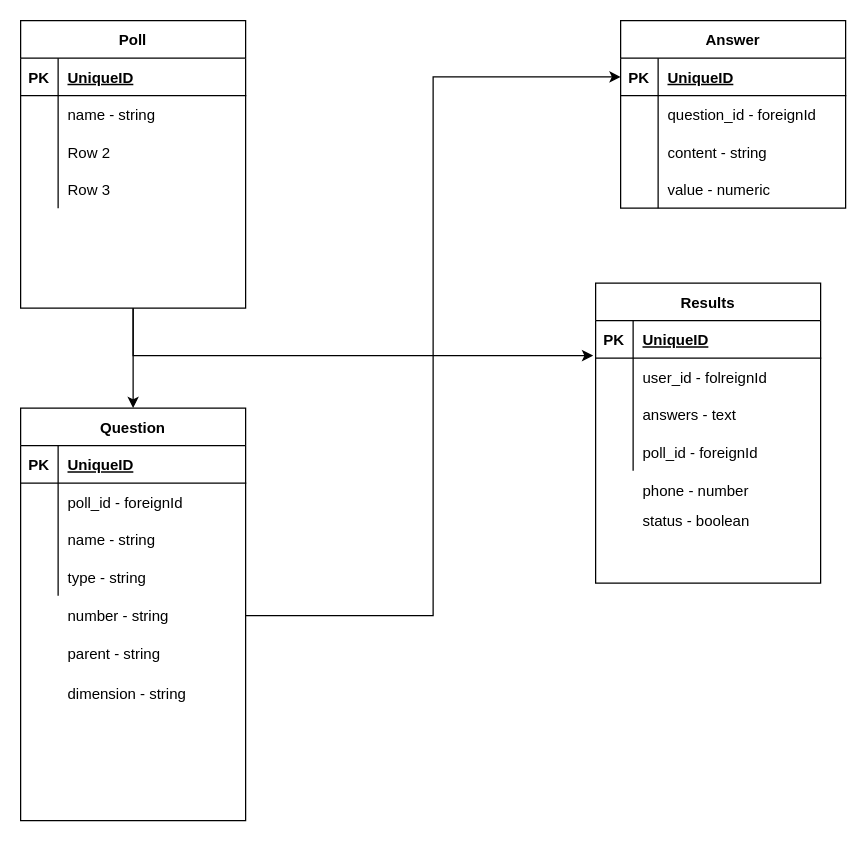
Above: Diagrama sin título.drawio in rodr7go/aprendible-spa (draw.io), before the change. Source tidied: cells renumbered, new cells numbered last; positions are measured from the earlier drawing's top-left corner, leaving out a move shared by most shapes. Both pictures are drawn from the tidied source at 125%, with x=0, y=0 at pixel (20, 20).
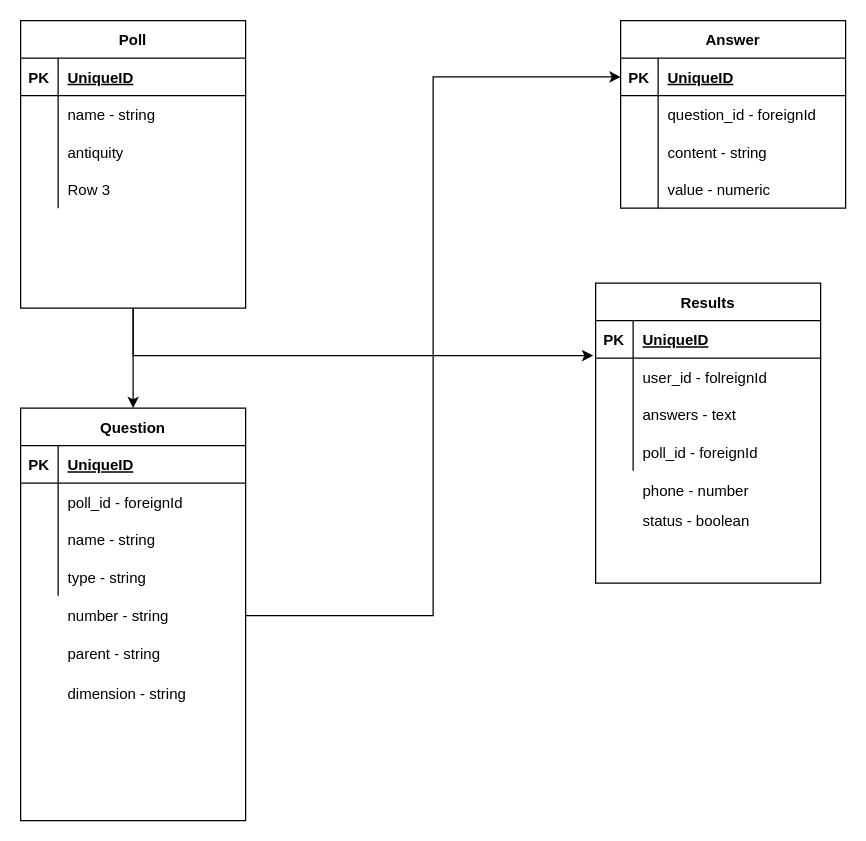
After the change.

Unchanged cells that the change refers to:
```xml
<mxCell id="11" style="shape=tableRow;horizontal=0;startSize=0;swimlaneHead=0;swimlaneBody=0;fillColor=none;top=0;left=0;right=0;bottom=0;" parent="4" vertex="1">
  <mxGeometry y="90" width="180" height="30" as="geometry" />
</mxCell>
```

Diff of the diagram source:
```diff
@@
-    <mxCell id="13" value="Row 2" style="shape=partialRectangle;fillColor=none;top=0;left=0;bottom=0;right=0;align=left;spacingLeft=6;overflow=hidden;" parent="11" vertex="1">
+    <mxCell id="13" value="antiquity" style="shape=partialRectangle;fillColor=none;top=0;left=0;bottom=0;right=0;align=left;spacingLeft=6;overflow=hidden;" parent="11" vertex="1">
       <mxGeometry x="30" width="150" height="30" as="geometry" />
     </mxCell>
```
